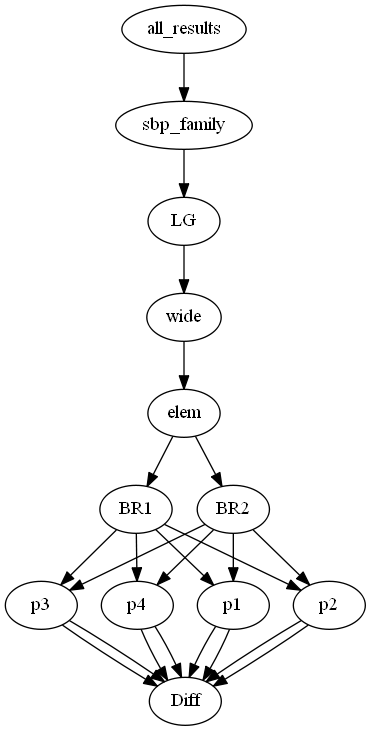
Before: visual/all_results_1d.dot.png, a diagram exported from Graphviz (zolargwrk/PySBP). Its source is kept beside it as visual/all_results_1d.dot.
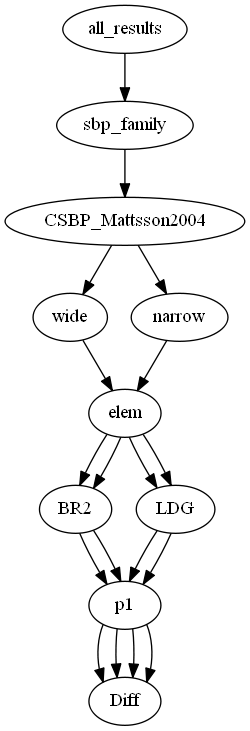
Above is the later version.

What changed in the source:
```diff
@@ -1,47 +1,39 @@
 digraph tree {
     "all_results";
     "sbp_family";
-    "LG";
+    "CSBP_Mattsson2004";
     "wide";
     "elem";
-    "BR1";
-    "p1";
-    "Diff";
-    "p2";
-    "Diff";
-    "p3";
-    "Diff";
-    "p4";
-    "Diff";
     "BR2";
     "p1";
     "Diff";
-    "p2";
+    "LDG";
+    "p1";
     "Diff";
-    "p3";
+    "narrow";
+    "elem";
+    "BR2";
+    "p1";
     "Diff";
-    "p4";
+    "LDG";
+    "p1";
     "Diff";
     "all_results" -> "sbp_family";
-    "sbp_family" -> "LG";
-    "LG" -> "wide";
+    "sbp_family" -> "CSBP_Mattsson2004";
+    "CSBP_Mattsson2004" -> "wide";
+    "CSBP_Mattsson2004" -> "narrow";
     "wide" -> "elem";
-    "elem" -> "BR1";
     "elem" -> "BR2";
-    "BR1" -> "p1";
-    "BR1" -> "p2";
-    "BR1" -> "p3";
-    "BR1" -> "p4";
+    "elem" -> "LDG";
+    "BR2" -> "p1";
     "p1" -> "Diff";
-    "p2" -> "Diff";
-    "p3" -> "Diff";
-    "p4" -> "Diff";
+    "LDG" -> "p1";
+    "p1" -> "Diff";
+    "narrow" -> "elem";
+    "elem" -> "BR2";
+    "elem" -> "LDG";
     "BR2" -> "p1";
-    "BR2" -> "p2";
-    "BR2" -> "p3";
-    "BR2" -> "p4";
     "p1" -> "Diff";
-    "p2" -> "Diff";
-    "p3" -> "Diff";
-    "p4" -> "Diff";
+    "LDG" -> "p1";
+    "p1" -> "Diff";
 }
```
